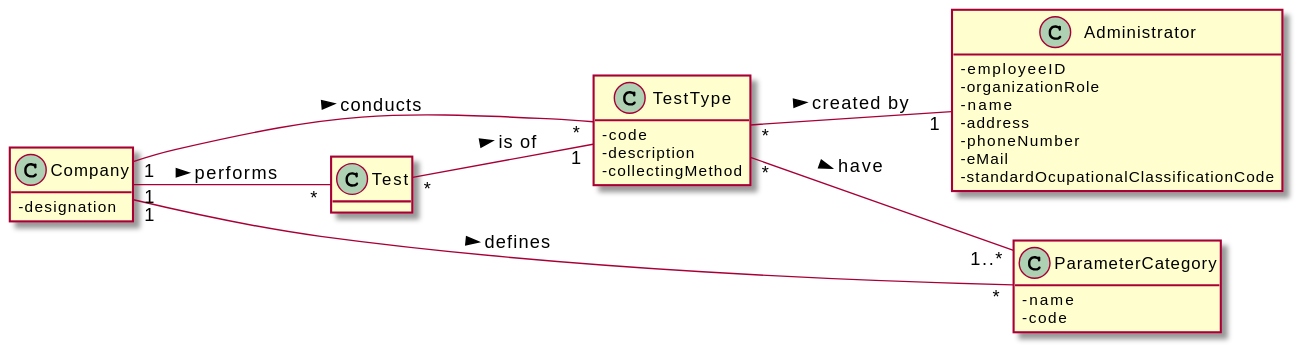
Earlier version of the PlantUML export docs/SprintC/US_5/UC5_MD.svg (RuiRioPina/LAPR2-20-21).
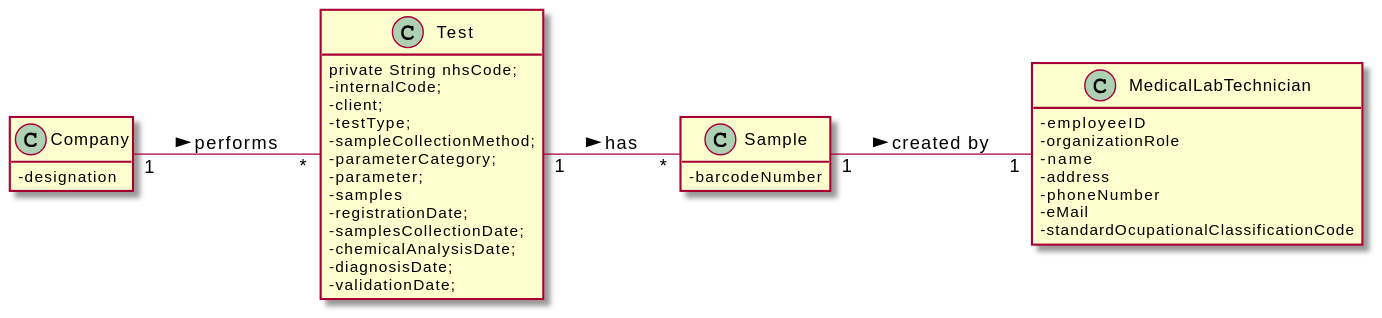
Above is the later version.

The edit, as a diff of the source:
```diff
@@ -3,10 +3,8 @@
 hide methods
 left to right direction
 
-class TestType {
-  -code
-  -description
-  -collectingMethod
+class Sample {
+  -barcodeNumber
 }
 
 class Company {
@@ -14,9 +12,22 @@
 }
 
 class Test {
+private String nhsCode;
+  -internalCode;
+  -client;
+  -testType;
+  -sampleCollectionMethod;
+  -parameterCategory;
+  -parameter;
+  -samples
+  -registrationDate;
+  -samplesCollectionDate;
+  -chemicalAnalysisDate;
+  -diagnosisDate;
+  -validationDate;
 }
 
-class Administrator {
+class MedicalLabTechnician {
   -employeeID
   -organizationRole
   -name
@@ -26,14 +37,7 @@
   -standardOcupationalClassificationCode
 }
 
-class ParameterCategory {
-  -name
-  -code
-}
-Company "1" -- "*" TestType : conducts >
-Company "1" -- "*" ParameterCategory : defines >
-Test "*" -- "1" TestType : is of >
 Company "1" -- "*" Test : performs >
-TestType "*" -- "1" Administrator : created by >
-TestType "*" -- "1..*" ParameterCategory : have >
+Test "1" -- "*" Sample : has >
+Sample "1" -- "1" MedicalLabTechnician : created by >
 @enduml
```
